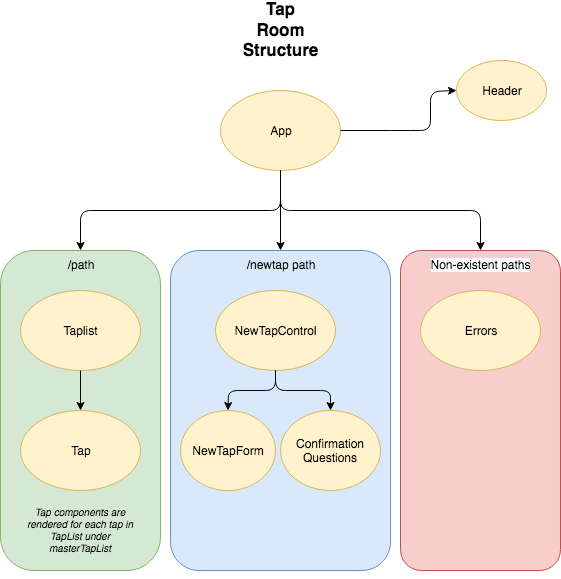
Above: TapRoom-React.png in FatherofDharma/REACT-Independent-Project-One--Tap-Room (draw.io), before the change. Source tidied: cells renumbered, new cells last; positions are measured from the earlier drawing's top-left corner, leaving out a move shared by most shapes. Source of this version:
```xml
<mxGraphModel>
  <root>
    <mxCell id="0" />
    <mxCell id="1" parent="0" />
    <mxCell id="2" value="/newtap path" style="rounded=1;whiteSpace=wrap;html=1;arcSize=13;align=center;verticalAlign=top;fillColor=#dae8fc;strokeColor=#6c8ebf;" parent="1" vertex="1">
      <mxGeometry x="170" y="220" width="220" height="320" as="geometry" />
    </mxCell>
    <mxCell id="3" value="Non-existent paths" style="rounded=1;whiteSpace=wrap;html=1;arcSize=13;align=center;verticalAlign=top;labelBackgroundColor=#ffffff;fillColor=#f8cecc;strokeColor=#b85450;" parent="1" vertex="1">
      <mxGeometry x="400" y="220" width="160" height="320" as="geometry" />
    </mxCell>
    <mxCell id="4" value="&lt;div&gt;/path&lt;br&gt;&lt;/div&gt;" style="rounded=1;whiteSpace=wrap;html=1;arcSize=21;align=center;verticalAlign=top;fillColor=#d5e8d4;strokeColor=#82b366;" parent="1" vertex="1">
      <mxGeometry y="220" width="160" height="320" as="geometry" />
    </mxCell>
    <mxCell id="5" value="App" style="ellipse;whiteSpace=wrap;html=1;fillColor=#fff2cc;strokeColor=#d6b656;" parent="1" vertex="1">
      <mxGeometry x="220" y="60" width="120" height="80" as="geometry" />
    </mxCell>
    <mxCell id="6" value="Header" style="ellipse;whiteSpace=wrap;html=1;fillColor=#fff2cc;strokeColor=#d6b656;" parent="1" vertex="1">
      <mxGeometry x="456" y="30" width="90" height="60" as="geometry" />
    </mxCell>
    <mxCell id="7" value="&lt;div style=&quot;font-size: 17px;&quot;&gt;Tap Room Structure&lt;/div&gt;&lt;div style=&quot;font-size: 17px;&quot;&gt;&lt;br style=&quot;font-size: 17px;&quot;&gt;&lt;/div&gt;" style="text;html=1;strokeColor=none;fillColor=none;align=center;verticalAlign=middle;whiteSpace=wrap;rounded=0;fontSize=17;fontStyle=1;" parent="1" vertex="1">
      <mxGeometry x="260" width="40" height="20" as="geometry" />
    </mxCell>
    <mxCell id="8" style="endArrow=classic;html=1;exitX=1;exitY=0.5;exitDx=0;exitDy=0;entryX=0;entryY=0.5;entryDx=0;entryDy=0;" parent="1" edge="1" source="5" target="6">
      <mxGeometry relative="1" as="geometry">
        <Array as="points">
          <mxPoint x="400" y="100" />
          <mxPoint x="430" y="100" />
          <mxPoint x="430" y="61" />
        </Array>
      </mxGeometry>
    </mxCell>
    <mxCell id="9" value="NewTapControl" style="ellipse;whiteSpace=wrap;html=1;fillColor=#fff2cc;strokeColor=#d6b656;" parent="1" vertex="1">
      <mxGeometry x="215" y="260" width="120" height="80" as="geometry" />
    </mxCell>
    <mxCell id="10" value="Errors" style="ellipse;whiteSpace=wrap;html=1;fillColor=#fff2cc;strokeColor=#d6b656;" parent="1" vertex="1">
      <mxGeometry x="420" y="260" width="120" height="80" as="geometry" />
    </mxCell>
    <mxCell id="11" style="endArrow=classic;html=1;exitX=0.5;exitY=1;exitDx=0;exitDy=0;entryX=0.5;entryY=0;entryDx=0;entryDy=0;" parent="1" edge="1" source="5" target="4">
      <mxGeometry relative="1" as="geometry">
        <Array as="points">
          <mxPoint x="280" y="180" />
          <mxPoint x="80" y="180" />
        </Array>
      </mxGeometry>
    </mxCell>
    <mxCell id="12" style="endArrow=classic;html=1;exitX=0.5;exitY=1;exitDx=0;exitDy=0;entryX=0.5;entryY=0;entryDx=0;entryDy=0;" parent="1" edge="1" source="5" target="2">
      <mxGeometry relative="1" as="geometry" />
    </mxCell>
    <mxCell id="13" style="endArrow=classic;html=1;entryX=0.5;entryY=0;entryDx=0;entryDy=0;exitX=0.5;exitY=1;exitDx=0;exitDy=0;" parent="1" edge="1" source="5" target="3">
      <mxGeometry relative="1" as="geometry">
        <Array as="points">
          <mxPoint x="280" y="180" />
          <mxPoint x="480" y="180" />
        </Array>
      </mxGeometry>
    </mxCell>
    <mxCell id="14" value="Tap" style="ellipse;whiteSpace=wrap;html=1;fillColor=#fff2cc;strokeColor=#d6b656;" parent="1" vertex="1">
      <mxGeometry x="20" y="380" width="120" height="80" as="geometry" />
    </mxCell>
    <mxCell id="15" value="NewTapForm" style="ellipse;whiteSpace=wrap;html=1;fillColor=#fff2cc;strokeColor=#d6b656;" parent="1" vertex="1">
      <mxGeometry x="180" y="380" width="95" height="80" as="geometry" />
    </mxCell>
    <mxCell id="16" value="Confirmation Questions" style="ellipse;whiteSpace=wrap;html=1;fillColor=#fff2cc;strokeColor=#d6b656;align=center;" parent="1" vertex="1">
      <mxGeometry x="280" y="380" width="100" height="80" as="geometry" />
    </mxCell>
    <mxCell id="17" style="edgeStyle=orthogonalEdgeStyle;rounded=0;orthogonalLoop=1;jettySize=auto;html=1;exitX=0.5;exitY=1;exitDx=0;exitDy=0;" parent="1" edge="1">
      <mxGeometry relative="1" as="geometry">
        <mxPoint x="314" y="284" as="sourcePoint" />
        <mxPoint x="314" y="284" as="targetPoint" />
      </mxGeometry>
    </mxCell>
    <mxCell id="18" value="Taplist" style="ellipse;whiteSpace=wrap;html=1;fillColor=#fff2cc;strokeColor=#d6b656;" parent="1" vertex="1">
      <mxGeometry x="20" y="260" width="120" height="80" as="geometry" />
    </mxCell>
    <mxCell id="19" style="edgeStyle=orthogonalEdgeStyle;rounded=0;orthogonalLoop=1;jettySize=auto;html=1;exitX=0.5;exitY=1;exitDx=0;exitDy=0;" parent="1" edge="1" source="4" target="4">
      <mxGeometry relative="1" as="geometry" />
    </mxCell>
    <mxCell id="20" style="endArrow=classic;html=1;entryX=0.5;entryY=0;entryDx=0;entryDy=0;exitX=0.5;exitY=1;exitDx=0;exitDy=0;" parent="1" edge="1" source="18" target="14">
      <mxGeometry relative="1" as="geometry" />
    </mxCell>
    <mxCell id="21" value="Tap components are rendered for each tap in TapList under masterTapList" style="text;html=1;strokeColor=none;fillColor=none;align=center;verticalAlign=top;whiteSpace=wrap;rounded=0;labelBackgroundColor=none;fontColor=#000000;fontSize=10;fontStyle=2;" parent="1" vertex="1">
      <mxGeometry x="20" y="470" width="120" height="40" as="geometry" />
    </mxCell>
    <mxCell id="22" style="endArrow=classic;html=1;fontSize=10;fontColor=#000000;exitX=0.5;exitY=1;exitDx=0;exitDy=0;entryX=0.5;entryY=0;entryDx=0;entryDy=0;" parent="1" edge="1" source="9" target="15">
      <mxGeometry relative="1" as="geometry">
        <Array as="points">
          <mxPoint x="275" y="360" />
          <mxPoint x="228" y="360" />
        </Array>
      </mxGeometry>
    </mxCell>
    <mxCell id="23" style="endArrow=classic;html=1;fontSize=10;fontColor=#000000;exitX=0.5;exitY=1;exitDx=0;exitDy=0;entryX=0.5;entryY=0;entryDx=0;entryDy=0;" parent="1" edge="1" source="9" target="16">
      <mxGeometry relative="1" as="geometry">
        <Array as="points">
          <mxPoint x="275" y="360" />
          <mxPoint x="330" y="360" />
        </Array>
      </mxGeometry>
    </mxCell>
  </root>
</mxGraphModel>
```
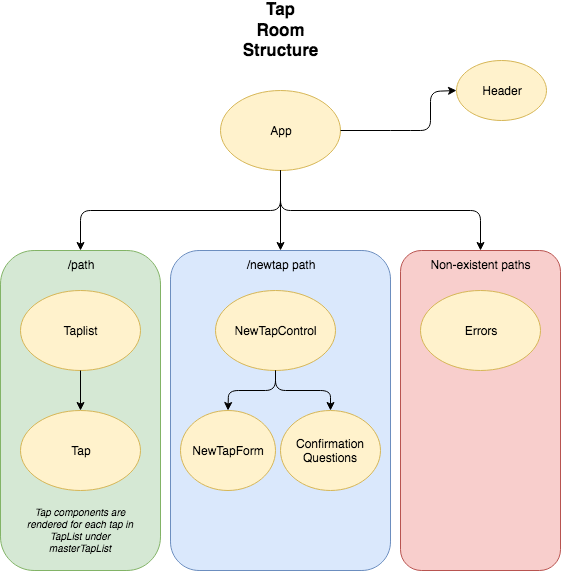
The same file after the commit.

Commit message:
change text background on error section.

Diff of the diagram source:
```diff
@@ -5,7 +5,7 @@
     <mxCell id="2" value="/newtap path" style="rounded=1;whiteSpace=wrap;html=1;arcSize=13;align=center;verticalAlign=top;fillColor=#dae8fc;strokeColor=#6c8ebf;" parent="1" vertex="1">
       <mxGeometry x="170" y="220" width="220" height="320" as="geometry" />
     </mxCell>
-    <mxCell id="3" value="Non-existent paths" style="rounded=1;whiteSpace=wrap;html=1;arcSize=13;align=center;verticalAlign=top;labelBackgroundColor=#ffffff;fillColor=#f8cecc;strokeColor=#b85450;" parent="1" vertex="1">
+    <mxCell id="3" value="Non-existent paths" style="rounded=1;whiteSpace=wrap;html=1;arcSize=13;align=center;verticalAlign=top;labelBackgroundColor=none;fillColor=#f8cecc;strokeColor=#b85450;" parent="1" vertex="1">
       <mxGeometry x="400" y="220" width="160" height="320" as="geometry" />
     </mxCell>
     <mxCell id="4" value="&lt;div&gt;/path&lt;br&gt;&lt;/div&gt;" style="rounded=1;whiteSpace=wrap;html=1;arcSize=21;align=center;verticalAlign=top;fillColor=#d5e8d4;strokeColor=#82b366;" parent="1" vertex="1">
```
